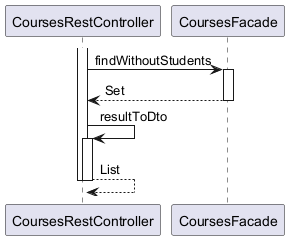
Earlier version of the PlantUML export ingress/documentation/html/images/Education.Courses.findEmptyCourses.puml.png.png (OlegSopilnyak/school-demo).
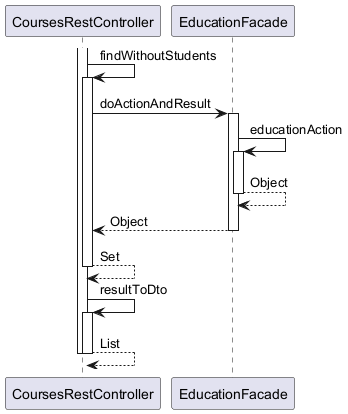
After the change.

Diff of the diagram source:
```diff
@@ -1,13 +1,21 @@
 @startuml
 
 participant CoursesRestController
-participant CoursesFacade
+participant EducationFacade
 
 activate CoursesRestController
-	CoursesRestController -> CoursesFacade : findWithoutStudents
-	activate CoursesFacade
-		CoursesFacade --> CoursesRestController : Set
-	deactivate CoursesFacade
+	CoursesRestController -> CoursesRestController : findWithoutStudents
+	activate CoursesRestController
+		CoursesRestController -> EducationFacade : doActionAndResult
+		activate EducationFacade
+			EducationFacade -> EducationFacade : educationAction
+			activate EducationFacade
+				EducationFacade --> EducationFacade : Object
+			deactivate EducationFacade
+			EducationFacade --> CoursesRestController : Object
+		deactivate EducationFacade
+		CoursesRestController --> CoursesRestController : Set
+	deactivate CoursesRestController
 	CoursesRestController -> CoursesRestController : resultToDto
 	activate CoursesRestController
 		CoursesRestController --> CoursesRestController : List
```
